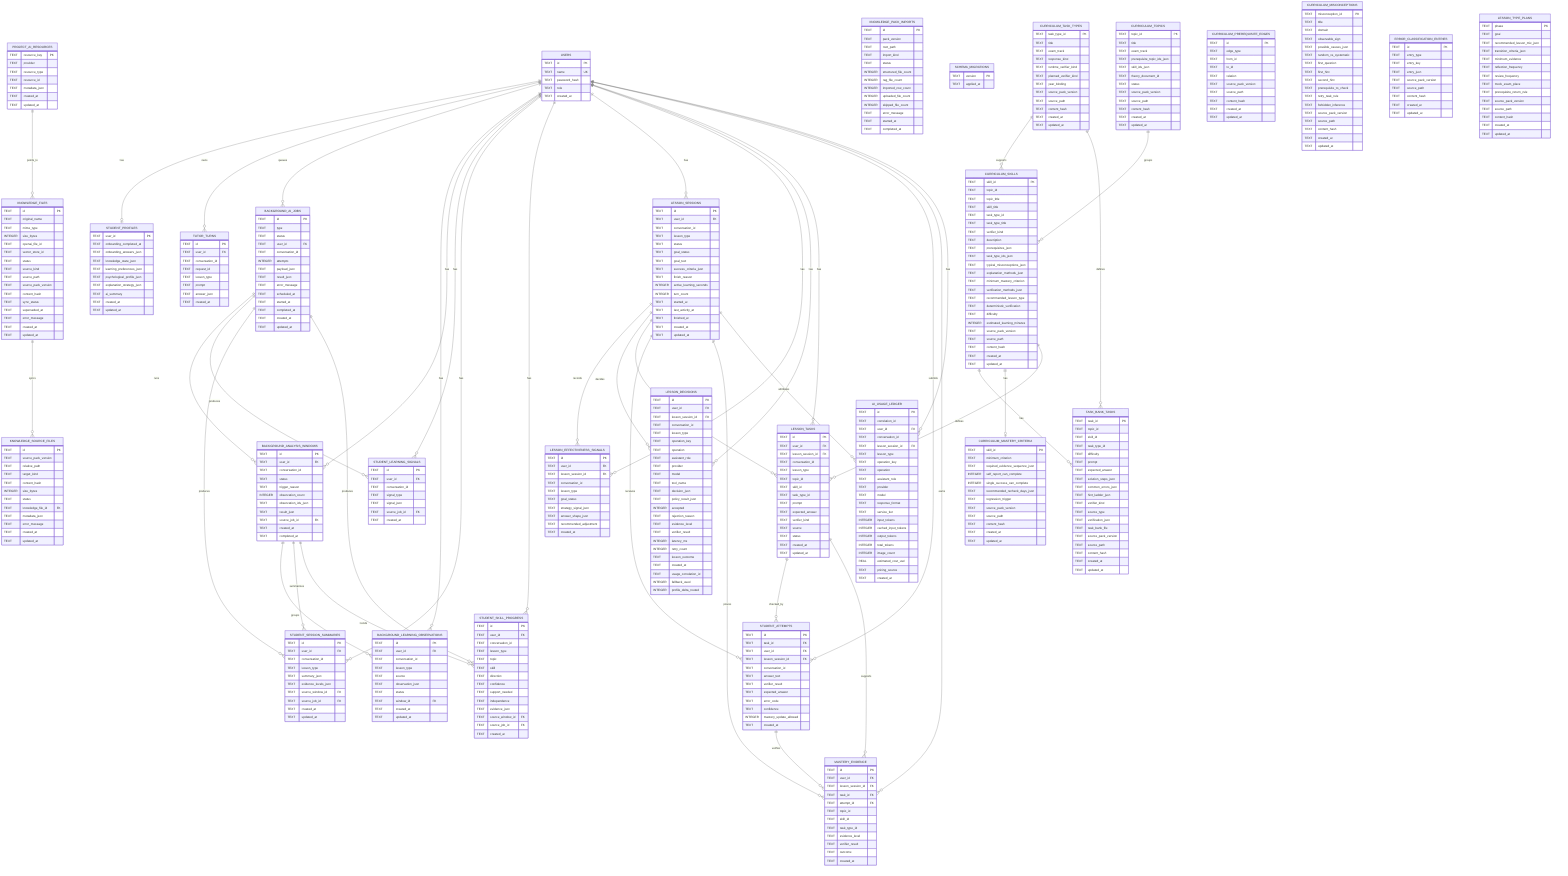
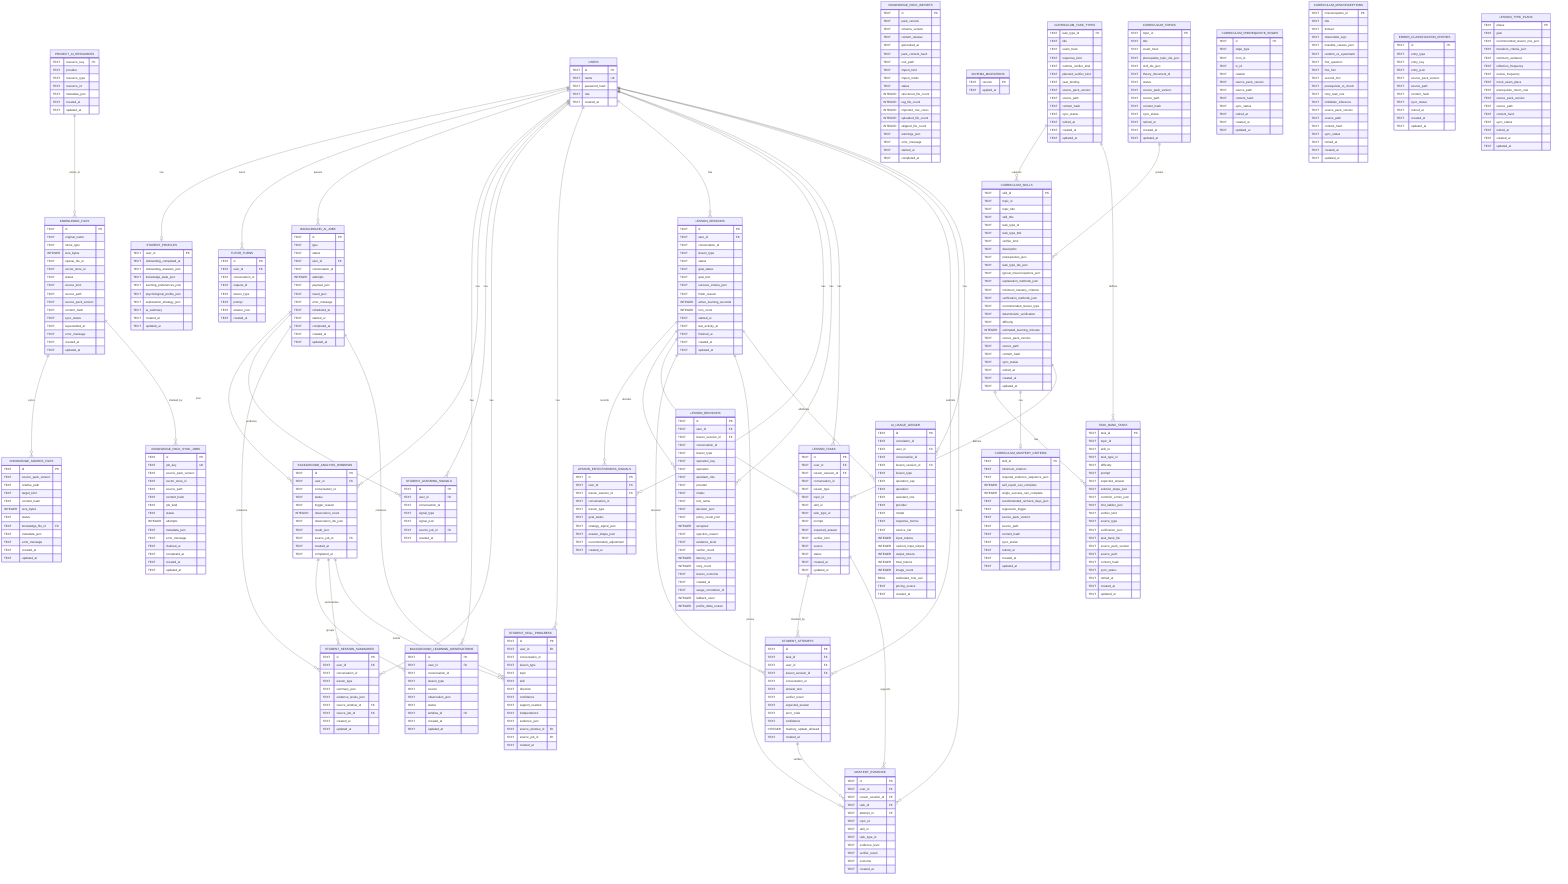
erDiagram
  USERS {
    TEXT id PK
    TEXT name UK
    TEXT password_hash
    TEXT role
    TEXT created_at
  }

  KNOWLEDGE_FILES {
    TEXT id PK
    TEXT original_name
    TEXT mime_type
    INTEGER size_bytes
    TEXT openai_file_id
    TEXT vector_store_id
    TEXT status
    TEXT source_kind
    TEXT source_path
    TEXT source_pack_version
    TEXT content_hash
    TEXT sync_status
    TEXT superseded_at
    TEXT error_message
    TEXT created_at
    TEXT updated_at
  }

  PROJECT_AI_RESOURCES {
    TEXT resource_key PK
    TEXT provider
    TEXT resource_type
    TEXT resource_id
    TEXT metadata_json
    TEXT created_at
    TEXT updated_at
  }

  KNOWLEDGE_SOURCE_FILES {
    TEXT id PK
    TEXT source_pack_version
    TEXT relative_path
    TEXT target_kind
    TEXT content_hash
    INTEGER size_bytes
    TEXT status
    TEXT knowledge_file_id FK
    TEXT metadata_json
    TEXT error_message
    TEXT created_at
    TEXT updated_at
  }

  KNOWLEDGE_PACK_IMPORTS {
    TEXT id PK
    TEXT pack_version
+     TEXT schema_version
+     TEXT content_release
+     TEXT generated_at
+     TEXT pack_content_hash
    TEXT root_path
    TEXT import_kind
+     TEXT import_mode
    TEXT status
    INTEGER structured_file_count
    INTEGER rag_file_count
    INTEGER imported_row_count
    INTEGER uploaded_file_count
    INTEGER skipped_file_count
+     TEXT warnings_json
    TEXT error_message
    TEXT started_at
    TEXT completed_at
+   }
+ 
+   KNOWLEDGE_PACK_SYNC_JOBS {
+     TEXT id PK
+     TEXT job_key UK
+     TEXT source_pack_version
+     TEXT vector_store_id
+     TEXT source_path
+     TEXT content_hash
+     TEXT job_kind
+     TEXT status
+     INTEGER attempts
+     TEXT metadata_json
+     TEXT error_message
+     TEXT claimed_at
+     TEXT completed_at
+     TEXT created_at
+     TEXT updated_at
  }

  SCHEMA_MIGRATIONS {
    TEXT version PK
    TEXT applied_at
  }

  STUDENT_PROFILES {
    TEXT user_id PK
    TEXT onboarding_completed_at
    TEXT onboarding_answers_json
    TEXT knowledge_state_json
    TEXT learning_preferences_json
    TEXT psychological_profile_json
    TEXT explanation_strategy_json
    TEXT ai_summary
    TEXT created_at
    TEXT updated_at
  }

  TUTOR_TURNS {
    TEXT id PK
    TEXT user_id FK
    TEXT conversation_id
    TEXT request_id
    TEXT lesson_type
    TEXT prompt
    TEXT answer_json
    TEXT created_at
  }

  BACKGROUND_AI_JOBS {
    TEXT id PK
    TEXT type
    TEXT status
    TEXT user_id FK
    TEXT conversation_id
    INTEGER attempts
    TEXT payload_json
    TEXT result_json
    TEXT error_message
    TEXT scheduled_at
    TEXT started_at
    TEXT completed_at
    TEXT created_at
    TEXT updated_at
  }

  BACKGROUND_LEARNING_OBSERVATIONS {
    TEXT id PK
    TEXT user_id FK
    TEXT conversation_id
    TEXT lesson_type
    TEXT source
    TEXT observation_json
    TEXT status
    TEXT window_id FK
    TEXT created_at
    TEXT updated_at
  }

  BACKGROUND_ANALYSIS_WINDOWS {
    TEXT id PK
    TEXT user_id FK
    TEXT conversation_id
    TEXT status
    TEXT trigger_reason
    INTEGER observation_count
    TEXT observation_ids_json
    TEXT result_json
    TEXT source_job_id FK
    TEXT created_at
    TEXT completed_at
  }

  STUDENT_LEARNING_SIGNALS {
    TEXT id PK
    TEXT user_id FK
    TEXT conversation_id
    TEXT signal_type
    TEXT signal_json
    TEXT source_job_id FK
    TEXT created_at
  }

  STUDENT_SESSION_SUMMARIES {
    TEXT id PK
    TEXT user_id FK
    TEXT conversation_id
    TEXT lesson_type
    TEXT summary_json
    TEXT evidence_levels_json
    TEXT source_window_id FK
    TEXT source_job_id FK
    TEXT created_at
    TEXT updated_at
  }

  STUDENT_SKILL_PROGRESS {
    TEXT id PK
    TEXT user_id FK
    TEXT conversation_id
    TEXT lesson_type
    TEXT topic
    TEXT skill
    TEXT direction
    TEXT confidence
    TEXT support_needed
    TEXT independence
    TEXT evidence_json
    TEXT source_window_id FK
    TEXT source_job_id FK
    TEXT created_at
  }

  LESSON_SESSIONS {
    TEXT id PK
    TEXT user_id FK
    TEXT conversation_id
    TEXT lesson_type
    TEXT status
    TEXT goal_status
    TEXT goal_text
    TEXT success_criteria_json
    TEXT finish_reason
    INTEGER active_learning_seconds
    INTEGER turn_count
    TEXT started_at
    TEXT last_activity_at
    TEXT finished_at
    TEXT created_at
    TEXT updated_at
  }

  LESSON_EFFECTIVENESS_SIGNALS {
    TEXT id PK
    TEXT user_id FK
    TEXT lesson_session_id FK
    TEXT conversation_id
    TEXT lesson_type
    TEXT goal_status
    TEXT strategy_signal_json
    TEXT answer_shape_json
    TEXT recommended_adjustment
    TEXT created_at
  }

  LESSON_DECISIONS {
    TEXT id PK
    TEXT user_id FK
    TEXT lesson_session_id FK
    TEXT conversation_id
    TEXT lesson_type
    TEXT operation_key
    TEXT operation
    TEXT assistant_role
    TEXT provider
    TEXT model
    TEXT tool_name
    TEXT decision_json
    TEXT policy_result_json
    INTEGER accepted
    TEXT rejection_reason
    TEXT evidence_level
    TEXT verifier_result
    INTEGER latency_ms
    INTEGER retry_count
    TEXT lesson_outcome
    TEXT created_at
    TEXT usage_correlation_id
    INTEGER fallback_used
    INTEGER profile_delta_routed
  }

  CURRICULUM_SKILLS {
    TEXT skill_id PK
    TEXT topic_id
    TEXT topic_title
    TEXT skill_title
    TEXT task_type_id
    TEXT task_type_title
    TEXT verifier_kind
    TEXT description
    TEXT prerequisites_json
    TEXT task_type_ids_json
    TEXT typical_misconceptions_json
    TEXT explanation_methods_json
    TEXT minimum_mastery_criterion
    TEXT verification_methods_json
    TEXT recommended_lesson_type
    TEXT deterministic_verification
    TEXT difficulty
    INTEGER estimated_learning_minutes
    TEXT source_pack_version
    TEXT source_path
    TEXT content_hash
+     TEXT sync_status
+     TEXT retired_at
    TEXT created_at
    TEXT updated_at
  }

  CURRICULUM_TOPICS {
    TEXT topic_id PK
    TEXT title
    TEXT exam_track
    TEXT prerequisite_topic_ids_json
    TEXT skill_ids_json
    TEXT theory_document_id
    TEXT status
    TEXT source_pack_version
    TEXT source_path
    TEXT content_hash
+     TEXT sync_status
+     TEXT retired_at
    TEXT created_at
    TEXT updated_at
  }

  CURRICULUM_TASK_TYPES {
    TEXT task_type_id PK
    TEXT title
    TEXT exam_track
    TEXT response_kind
    TEXT runtime_verifier_kind
    TEXT planned_verifier_kind
    TEXT year_binding
    TEXT source_pack_version
    TEXT source_path
    TEXT content_hash
+     TEXT sync_status
+     TEXT retired_at
    TEXT created_at
    TEXT updated_at
  }

  CURRICULUM_PREREQUISITE_EDGES {
    TEXT id PK
    TEXT edge_type
    TEXT from_id
    TEXT to_id
    TEXT relation
    TEXT source_pack_version
    TEXT source_path
    TEXT content_hash
+     TEXT sync_status
+     TEXT retired_at
    TEXT created_at
    TEXT updated_at
  }

  CURRICULUM_MASTERY_CRITERIA {
    TEXT skill_id PK
    TEXT minimum_criterion
    TEXT required_evidence_sequence_json
    INTEGER self_report_can_complete
    INTEGER single_success_can_complete
    TEXT recommended_recheck_days_json
    TEXT regression_trigger
    TEXT source_pack_version
    TEXT source_path
    TEXT content_hash
+     TEXT sync_status
+     TEXT retired_at
    TEXT created_at
    TEXT updated_at
  }

  CURRICULUM_MISCONCEPTIONS {
    TEXT misconception_id PK
    TEXT title
    TEXT domain
    TEXT observable_sign
    TEXT possible_causes_json
    TEXT random_vs_systematic
    TEXT first_question
    TEXT first_hint
    TEXT second_hint
    TEXT prerequisite_to_check
    TEXT retry_task_rule
    TEXT forbidden_inference
    TEXT source_pack_version
    TEXT source_path
    TEXT content_hash
+     TEXT sync_status
+     TEXT retired_at
    TEXT created_at
    TEXT updated_at
  }

  ERROR_CLASSIFICATION_ENTRIES {
    TEXT id PK
    TEXT entry_type
    TEXT entry_key
    TEXT entry_json
    TEXT source_pack_version
    TEXT source_path
    TEXT content_hash
+     TEXT sync_status
+     TEXT retired_at
    TEXT created_at
    TEXT updated_at
  }

  LESSON_TYPE_PLANS {
    TEXT phase PK
    TEXT goal
    TEXT recommended_lesson_mix_json
    TEXT transition_criteria_json
    TEXT minimum_evidence
    TEXT reflection_frequency
    TEXT review_frequency
    TEXT mock_exam_place
    TEXT prerequisite_return_rule
    TEXT source_pack_version
    TEXT source_path
    TEXT content_hash
+     TEXT sync_status
+     TEXT retired_at
    TEXT created_at
    TEXT updated_at
  }

  TASK_BANK_TASKS {
    TEXT task_id PK
    TEXT topic_id
    TEXT skill_id
    TEXT task_type_id
    TEXT difficulty
    TEXT prompt
    TEXT expected_answer
    TEXT solution_steps_json
    TEXT common_errors_json
    TEXT hint_ladder_json
    TEXT verifier_kind
    TEXT source_type
    TEXT verification_json
    TEXT task_bank_file
    TEXT source_pack_version
    TEXT source_path
    TEXT content_hash
+     TEXT sync_status
+     TEXT retired_at
    TEXT created_at
    TEXT updated_at
  }

  LESSON_TASKS {
    TEXT id PK
    TEXT user_id FK
    TEXT lesson_session_id FK
    TEXT conversation_id
    TEXT lesson_type
    TEXT topic_id
    TEXT skill_id
    TEXT task_type_id
    TEXT prompt
    TEXT expected_answer
    TEXT verifier_kind
    TEXT source
    TEXT status
    TEXT created_at
    TEXT updated_at
  }

  STUDENT_ATTEMPTS {
    TEXT id PK
    TEXT task_id FK
    TEXT user_id FK
    TEXT lesson_session_id FK
    TEXT conversation_id
    TEXT answer_text
    TEXT verifier_result
    TEXT expected_answer
    TEXT error_code
    TEXT confidence
    INTEGER mastery_update_allowed
    TEXT created_at
  }

  MASTERY_EVIDENCE {
    TEXT id PK
    TEXT user_id FK
    TEXT lesson_session_id FK
    TEXT task_id FK
    TEXT attempt_id FK
    TEXT topic_id
    TEXT skill_id
    TEXT task_type_id
    TEXT evidence_level
    TEXT verifier_result
    TEXT outcome
    TEXT created_at
  }

  AI_USAGE_LEDGER {
    TEXT id PK
    TEXT correlation_id
    TEXT user_id FK
    TEXT conversation_id
    TEXT lesson_session_id FK
    TEXT lesson_type
    TEXT operation_key
    TEXT operation
    TEXT assistant_role
    TEXT provider
    TEXT model
    TEXT response_format
    TEXT service_tier
    INTEGER input_tokens
    INTEGER cached_input_tokens
    INTEGER output_tokens
    INTEGER total_tokens
    INTEGER image_count
    REAL estimated_cost_usd
    TEXT pricing_source
    TEXT created_at
  }

  USERS ||--o| STUDENT_PROFILES : has
  USERS ||--o{ TUTOR_TURNS : owns
  USERS ||--o{ BACKGROUND_AI_JOBS : queues
  USERS ||--o{ BACKGROUND_LEARNING_OBSERVATIONS : has
  USERS ||--o{ BACKGROUND_ANALYSIS_WINDOWS : has
  USERS ||--o{ STUDENT_LEARNING_SIGNALS : has
  USERS ||--o{ STUDENT_SESSION_SUMMARIES : has
  USERS ||--o{ STUDENT_SKILL_PROGRESS : has
  USERS ||--o{ LESSON_SESSIONS : has
  USERS ||--o{ LESSON_EFFECTIVENESS_SIGNALS : has
  USERS ||--o{ LESSON_DECISIONS : has
  USERS ||--o{ LESSON_TASKS : has
  USERS ||--o{ STUDENT_ATTEMPTS : submits
  USERS ||--o{ MASTERY_EVIDENCE : earns
  USERS ||--o{ AI_USAGE_LEDGER : has
  KNOWLEDGE_FILES ||--o{ KNOWLEDGE_SOURCE_FILES : syncs
+   KNOWLEDGE_FILES ||--o{ KNOWLEDGE_PACK_SYNC_JOBS : claimed_by
  PROJECT_AI_RESOURCES ||--o{ KNOWLEDGE_FILES : points_to
  LESSON_SESSIONS ||--o{ LESSON_EFFECTIVENESS_SIGNALS : records
  LESSON_SESSIONS ||--o{ LESSON_DECISIONS : decides
  LESSON_SESSIONS ||--o{ LESSON_TASKS : assigns
  LESSON_SESSIONS ||--o{ STUDENT_ATTEMPTS : receives
  LESSON_SESSIONS ||--o{ MASTERY_EVIDENCE : proves
  LESSON_TASKS ||--o{ STUDENT_ATTEMPTS : checked_by
  LESSON_TASKS ||--o{ MASTERY_EVIDENCE : supports
  STUDENT_ATTEMPTS ||--o{ MASTERY_EVIDENCE : verifies
  CURRICULUM_TOPICS ||--o{ CURRICULUM_SKILLS : groups
  CURRICULUM_TASK_TYPES ||--o{ CURRICULUM_SKILLS : supports
  CURRICULUM_SKILLS ||--o{ TASK_BANK_TASKS : has
  CURRICULUM_TASK_TYPES ||--o{ TASK_BANK_TASKS : defines
  CURRICULUM_SKILLS ||--o| CURRICULUM_MASTERY_CRITERIA : has
  CURRICULUM_SKILLS ||--o{ LESSON_TASKS : defines
  LESSON_SESSIONS ||--o{ AI_USAGE_LEDGER : attributes
  BACKGROUND_ANALYSIS_WINDOWS ||--o{ BACKGROUND_LEARNING_OBSERVATIONS : groups
  BACKGROUND_ANALYSIS_WINDOWS ||--o{ STUDENT_SESSION_SUMMARIES : summarizes
  BACKGROUND_ANALYSIS_WINDOWS ||--o{ STUDENT_SKILL_PROGRESS : trends
  BACKGROUND_AI_JOBS ||--o{ BACKGROUND_ANALYSIS_WINDOWS : runs
  BACKGROUND_AI_JOBS ||--o{ STUDENT_LEARNING_SIGNALS : produces
  BACKGROUND_AI_JOBS ||--o{ STUDENT_SESSION_SUMMARIES : produces
  BACKGROUND_AI_JOBS ||--o{ STUDENT_SKILL_PROGRESS : produces
